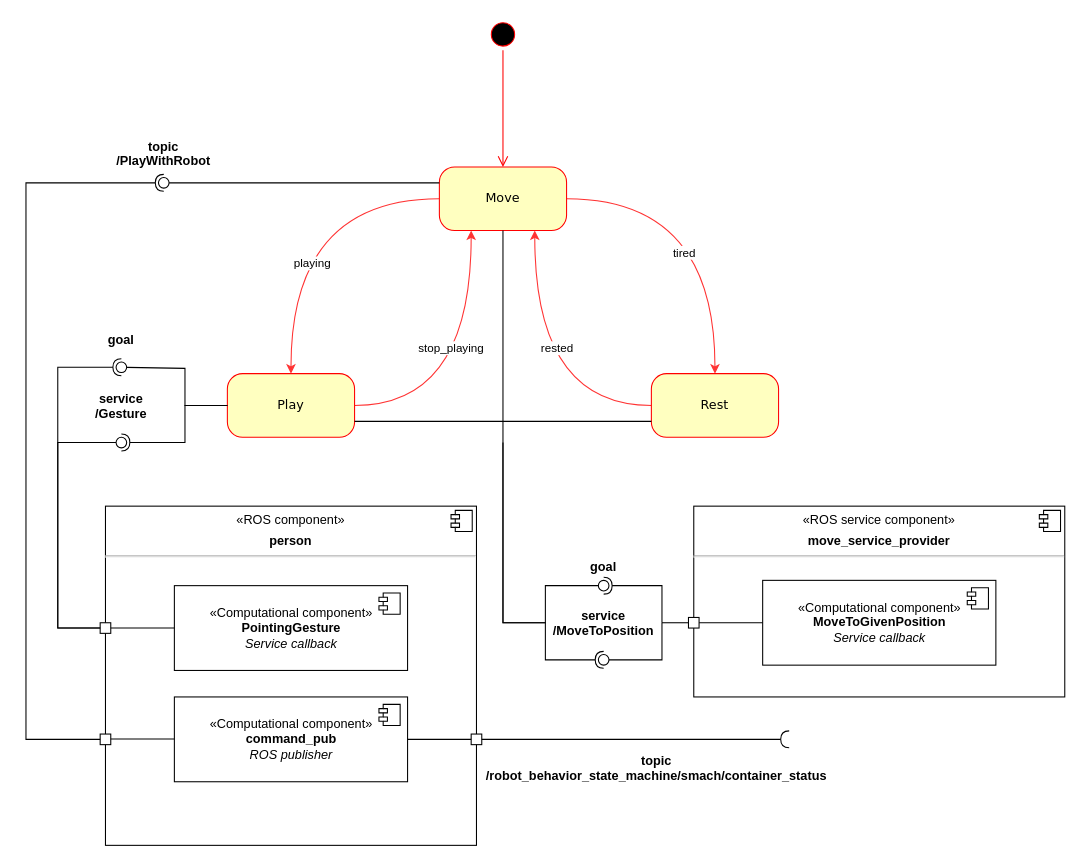
Earlier version of the draw.io diagram draw_io/state_machine_and_comp.drawio (aGotelli/EROLA_first_assignment_AG). Source tidied: cells renumbered, new cells numbered last; positions are measured from the earlier drawing's top-left corner, leaving out a move shared by most shapes. Both pictures are drawn from the tidied source at 106%, with x=0, y=0 at pixel (25, 18).
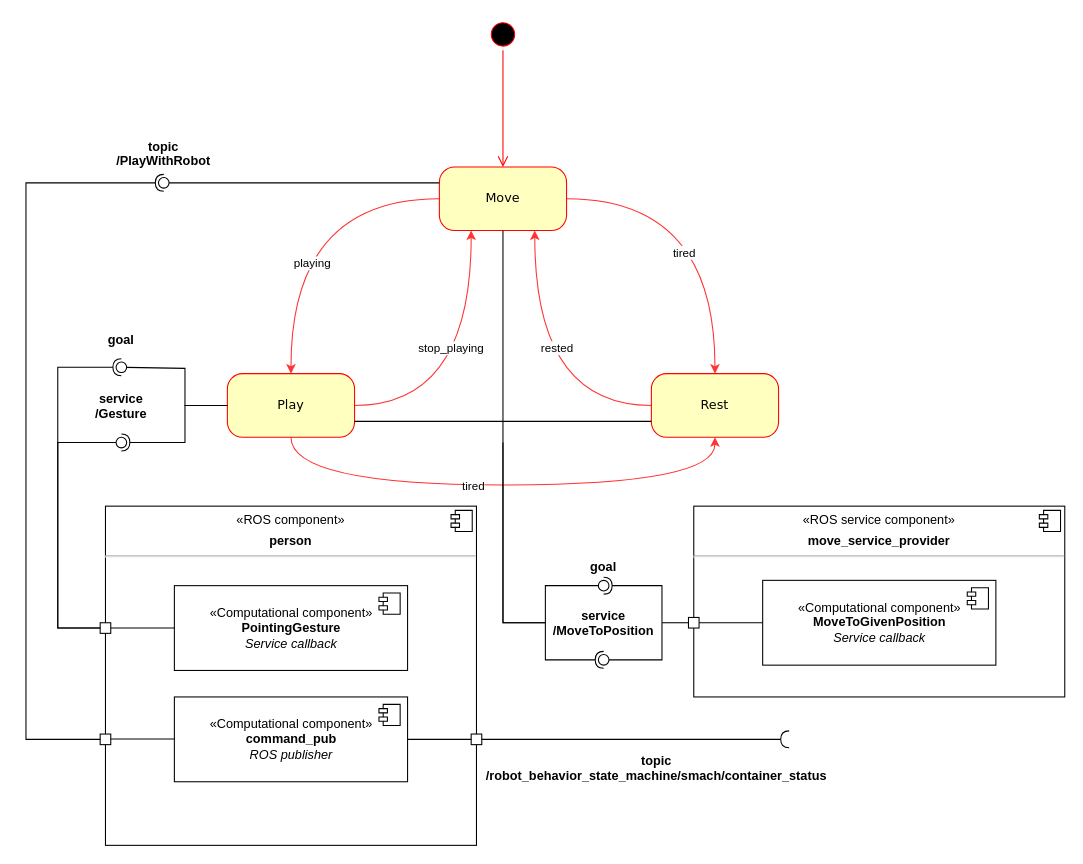
After the change.

The change refers to these unchanged cells:
```xml
<mxCell id="5" value="Play" style="rounded=1;whiteSpace=wrap;html=1;arcSize=24;fillColor=#ffffc0;strokeColor=#ff0000;shadow=0;comic=0;labelBackgroundColor=none;fontFamily=Verdana;fontSize=12;fontColor=#000000;align=center;" parent="1" vertex="1">
  <mxGeometry x="190" y="335" width="120" height="60" as="geometry" />
</mxCell>
<mxCell id="13" value="Rest" style="rounded=1;whiteSpace=wrap;html=1;arcSize=24;fillColor=#ffffc0;strokeColor=#ff0000;shadow=0;comic=0;labelBackgroundColor=none;fontFamily=Verdana;fontSize=12;fontColor=#000000;align=center;" parent="1" vertex="1">
  <mxGeometry x="590" y="335" width="120" height="60" as="geometry" />
</mxCell>
```

The edit, as a diff of the source:
```diff
@@
+    <mxCell id="57" style="edgeStyle=orthogonalEdgeStyle;jettySize=auto;html=1;entryX=0.5;entryY=1;entryDx=0;entryDy=0;strokeColor=#FF3333;curved=1;exitX=0.5;exitY=1;exitDx=0;exitDy=0;" parent="1" edge="1" source="5" target="13">
+      <mxGeometry relative="1" as="geometry">
+        <Array as="points">
+          <mxPoint x="250" y="440" />
+          <mxPoint x="650" y="440" />
+        </Array>
+      </mxGeometry>
+    </mxCell>
+    <mxCell id="58" value="tired" style="edgeLabel;html=1;align=center;verticalAlign=middle;" parent="57" vertex="1">
+      <mxGeometry x="-0.12" relative="1" as="geometry" />
+    </mxCell>
```
